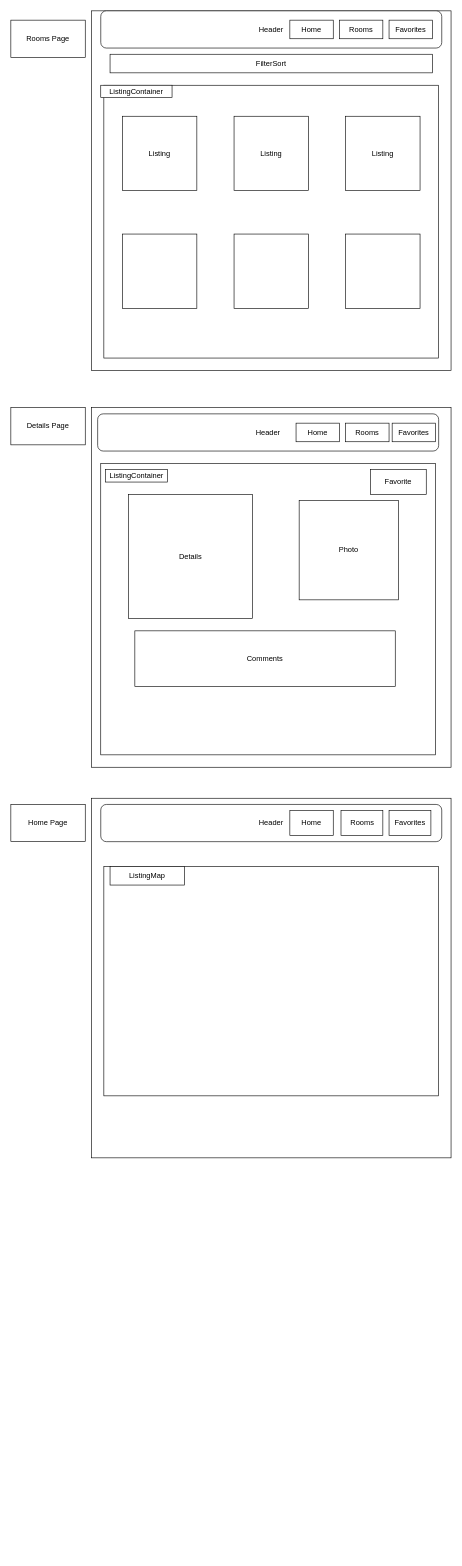
Above: Untitled Diagram.drawio in ConnorMul/js-github-project (draw.io), before the change. Source tidied: cells renumbered, new cells numbered last; positions are measured from the earlier drawing's top-left corner, leaving out a move shared by most shapes. Both pictures are drawn from the tidied source at 62%, with x=0, y=0 at pixel (11, 11).
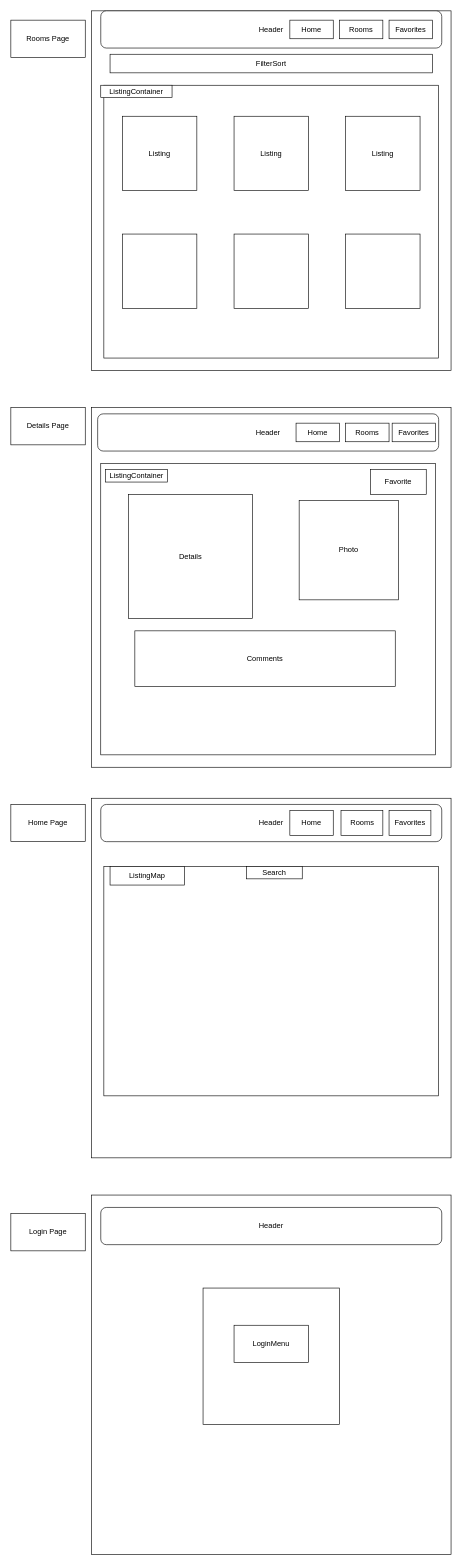
The same diagram, later.

The edit, as a diff of the source:
```diff
@@
+    <mxCell id="37" value="Search" style="rounded=0;whiteSpace=wrap;html=1;" parent="1" vertex="1">
+      <mxGeometry x="380" y="1380" width="90" height="20" as="geometry" />
+    </mxCell>
+    <mxCell id="38" style="whiteSpace=wrap;html=1;" parent="1" vertex="1">
+      <mxGeometry x="130" y="1910" width="580" height="580" as="geometry" />
+    </mxCell>
+    <mxCell id="39" value="Header" style="rounded=1;whiteSpace=wrap;html=1;" parent="1" vertex="1">
+      <mxGeometry x="145" y="1930" width="550" height="60" as="geometry" />
+    </mxCell>
+    <mxCell id="40" style="whiteSpace=wrap;html=1;" parent="1" vertex="1">
+      <mxGeometry x="310" y="2060" width="220" height="220" as="geometry" />
+    </mxCell>
+    <mxCell id="41" value="LoginMenu" style="rounded=0;whiteSpace=wrap;html=1;" parent="1" vertex="1">
+      <mxGeometry x="360" y="2120" width="120" height="60" as="geometry" />
+    </mxCell>
+    <mxCell id="42" value="Login Page" style="rounded=0;whiteSpace=wrap;html=1;" parent="1" vertex="1">
+      <mxGeometry y="1940" width="120" height="60" as="geometry" />
+    </mxCell>
```
